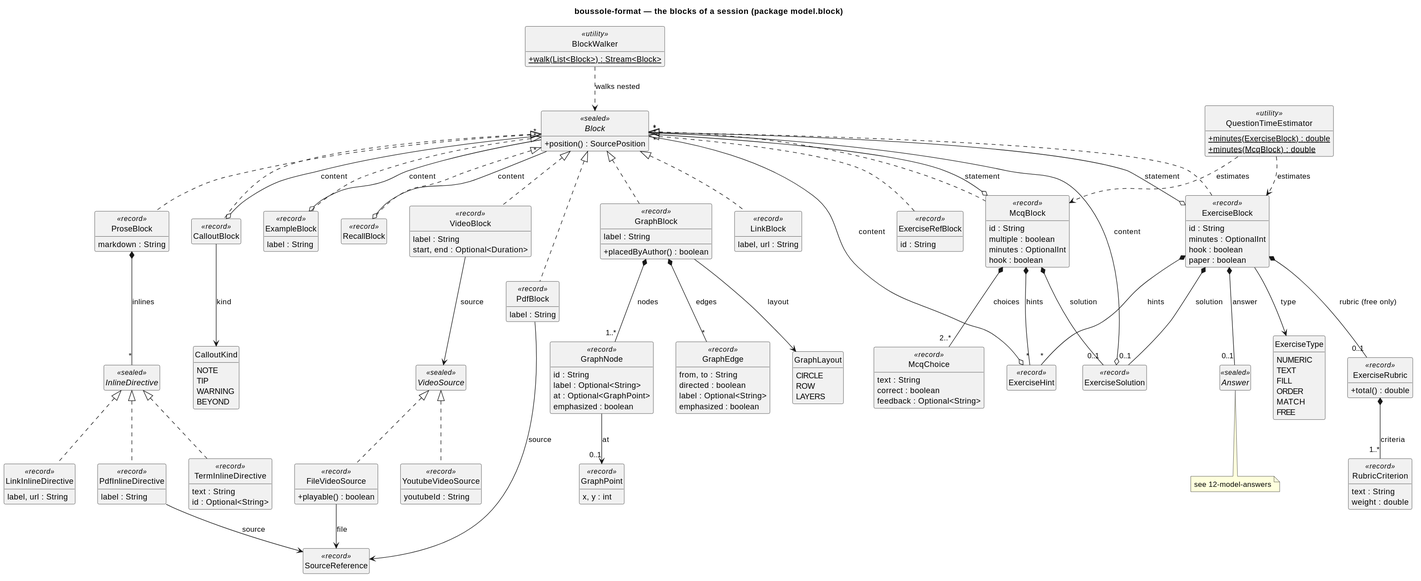
Above: docs/diagrams/11-model-blocks.svg in lucasssoh/Boussole (PlantUML), before the change.
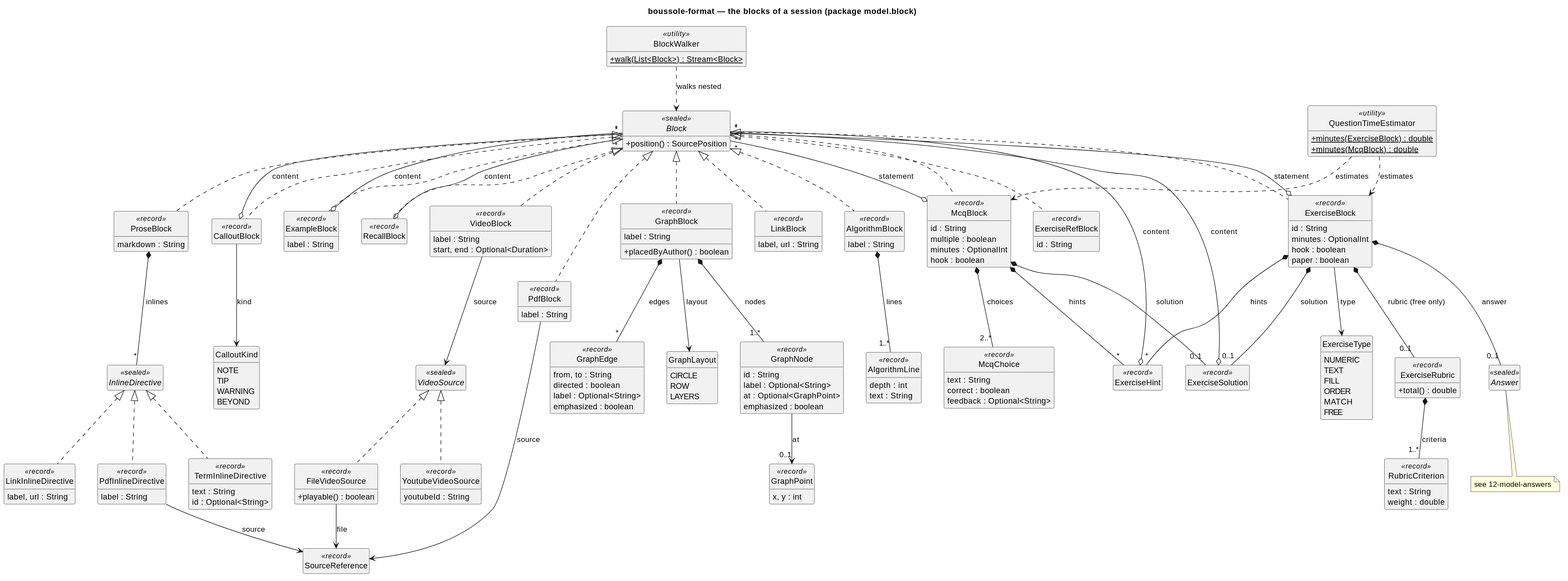
Above is the later version.

What changed in the source:
```diff
@@ -76,6 +76,13 @@
   ROW
   LAYERS
 }
+class AlgorithmBlock <<record>> {
+  label : String
+}
+class AlgorithmLine <<record>> {
+  depth : int
+  text : String
+}
 class ExerciseBlock <<record>> {
   id : String
   minutes : OptionalInt
@@ -135,6 +142,8 @@
 FileVideoSource --> SourceReference : file
 Block <|.. PdfBlock
 Block <|.. GraphBlock
+Block <|.. AlgorithmBlock
+AlgorithmBlock *-- "1..*" AlgorithmLine : lines
 Block <|.. LinkBlock
 GraphBlock *-- "1..*" GraphNode : nodes
 GraphBlock *-- "*" GraphEdge : edges
```
